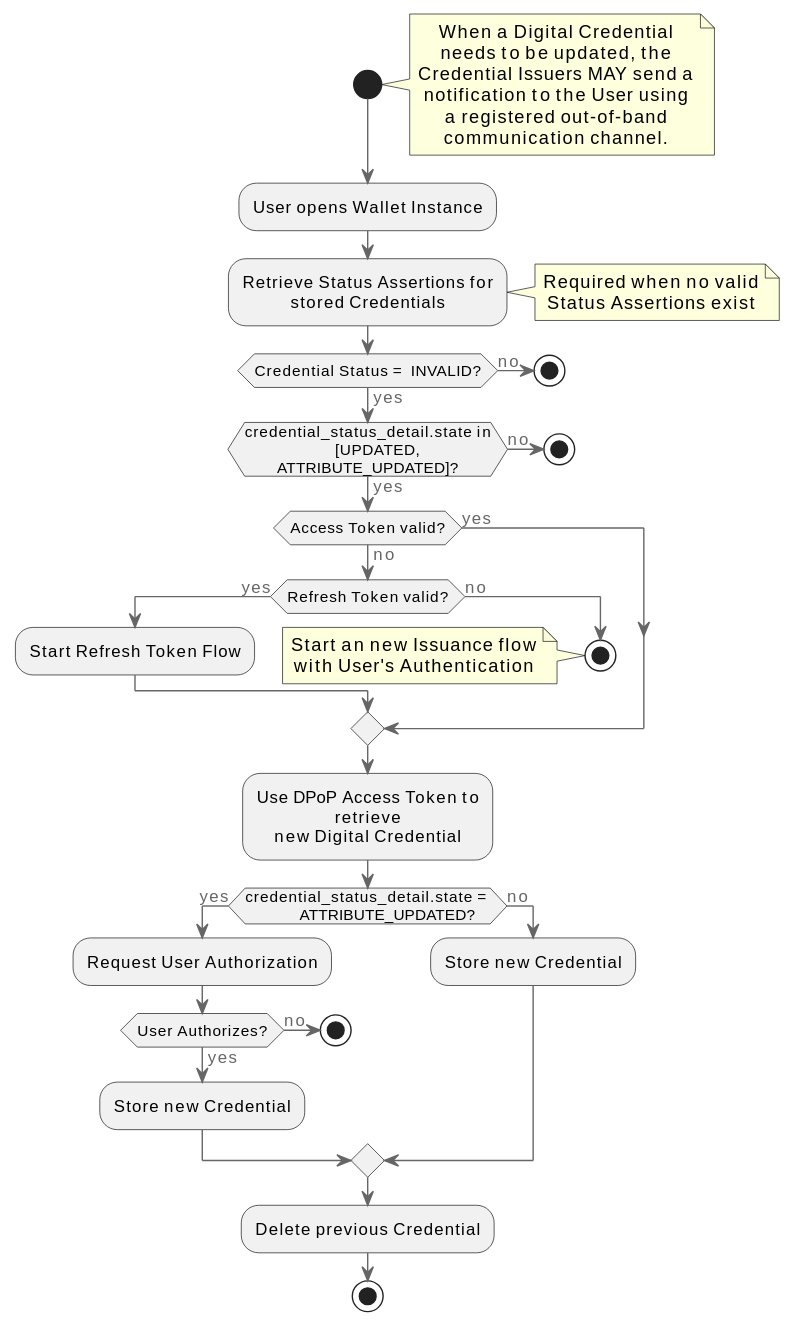
Above: images/Re-Issuance-Flow.svg in italia/eid-wallet-it-docs (PlantUML), before the change. The source it was exported from:
```plantuml
@startuml
!include https://raw.githubusercontent.com/plantuml-stdlib/C4-PlantUML/master/C4_Dynamic.puml



start
note right
When a Digital Credential needs to be updated, the Credential Issuers MAY send a notification to the User using a registered out-of-band communication channel.
end note

:User opens Wallet Instance;


:Retrieve Status Assertions for
stored Credentials;
note right
Required when no valid
Status Assertions exist
end note

if (Credential Status = INVALID?) then (yes)
    if (credential_status_detail.state in
    [UPDATED, ATTRIBUTE_UPDATED]?) then (yes)
        if (Access Token valid?) then (yes)

        else (no)
            if (Refresh Token valid?) then (yes)
              :Start Refresh Token Flow;
            else (no)
              stop
              note
               Start an new Issuance flow
               with User's Authentication
              end note
            endif
        endif

        :Use DPoP Access Token to retrieve
        new Digital Credential;
        if (credential_status_detail.state =
        ATTRIBUTE_UPDATED?) then (yes)
            :Request User Authorization;
            if (User Authorizes?) then (yes)
                :Store new Credential;
            else (no)
                stop
            endif
        else (no)
            :Store new Credential;
        endif

        :Delete previous Credential;

    else (no)
        stop
    endif
else (no)
    stop
endif

stop
@enduml
```
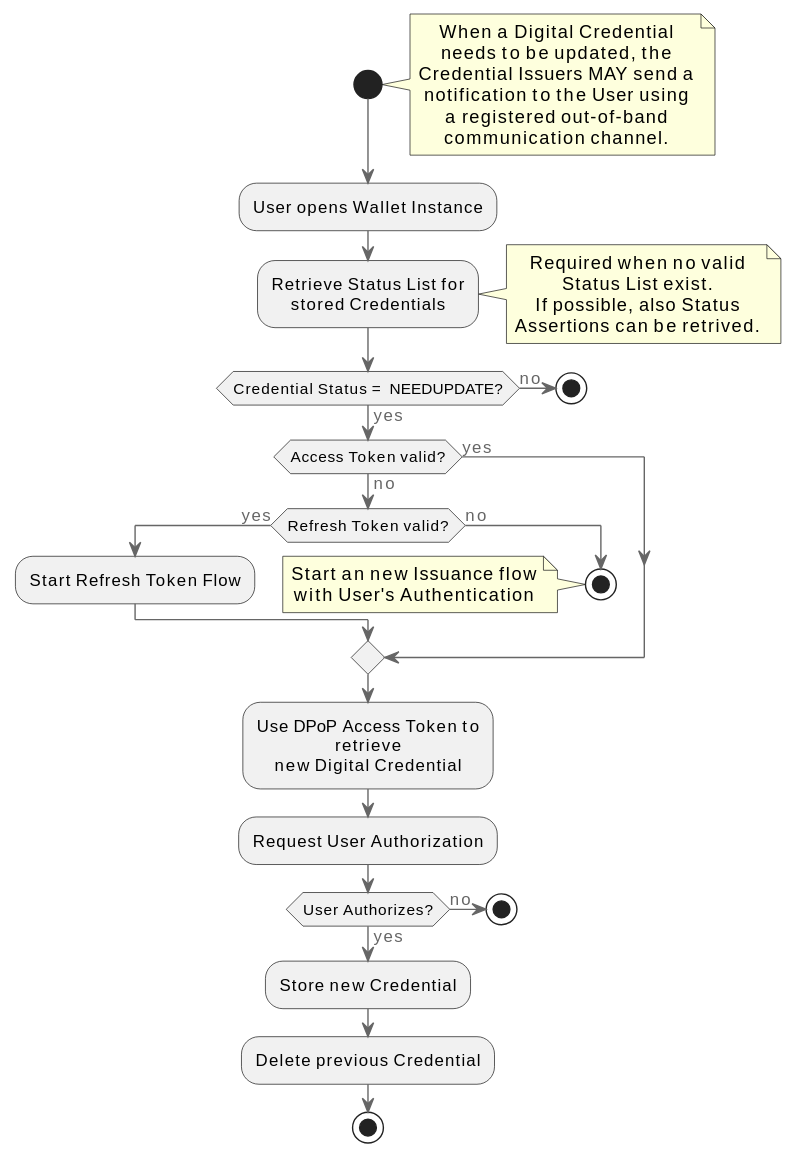
The same file after the commit.

Commit message:
Status_List_Commits_21032025

Change to the diagram source:
```diff
@@ -1,7 +1,5 @@
 @startuml
 !include https://raw.githubusercontent.com/plantuml-stdlib/C4-PlantUML/master/C4_Dynamic.puml
-
-
 
 start
 note right
@@ -11,16 +9,16 @@
 :User opens Wallet Instance;
 
 
-:Retrieve Status Assertions for
+:Retrieve Status List for
 stored Credentials;
 note right
 Required when no valid
-Status Assertions exist
+Status List exist.
+If possible, also Status Assertions can be retrived.
 end note
 
-if (Credential Status = INVALID?) then (yes)
-    if (credential_status_detail.state in
-    [UPDATED, ATTRIBUTE_UPDATED]?) then (yes)
+if (Credential Status = NEEDUPDATE?) then (yes)
+
         if (Access Token valid?) then (yes)
 
         else (no)
@@ -37,23 +35,15 @@
 
         :Use DPoP Access Token to retrieve
         new Digital Credential;
-        if (credential_status_detail.state =
-        ATTRIBUTE_UPDATED?) then (yes)
             :Request User Authorization;
             if (User Authorizes?) then (yes)
                 :Store new Credential;
             else (no)
                 stop
             endif
-        else (no)
-            :Store new Credential;
-        endif
 
         :Delete previous Credential;
 
-    else (no)
-        stop
-    endif
 else (no)
     stop
 endif
```
